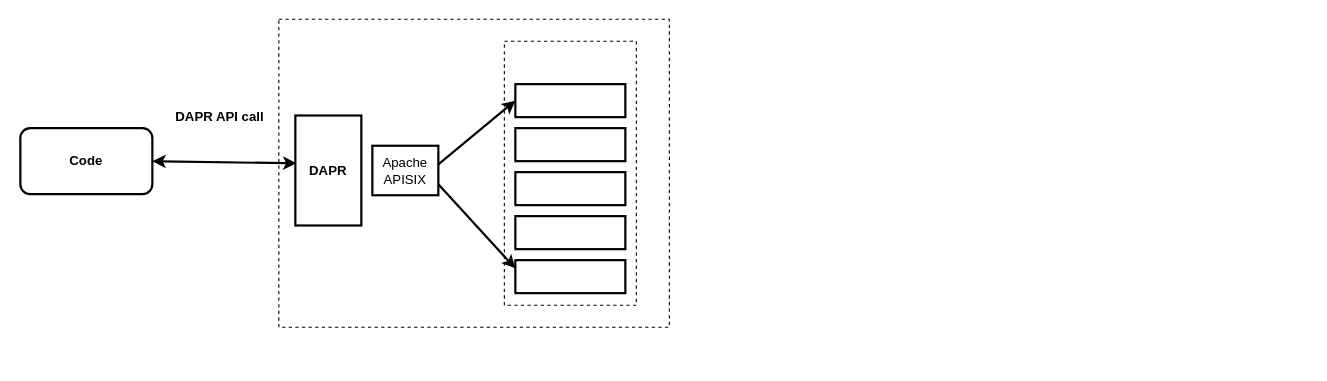
DeleLinus/Terraform-and-Kubesphere-DevOps keeps this draw.io diagram as Untitled Diagram.drawio. Above is the earlier version. Source tidied: cells renumbered, new cells numbered last; positions are measured from the earlier drawing's top-left corner, leaving out a move shared by most shapes. Both pictures are drawn from the tidied source at 110%, with x=0, y=0 at pixel (20, 19).
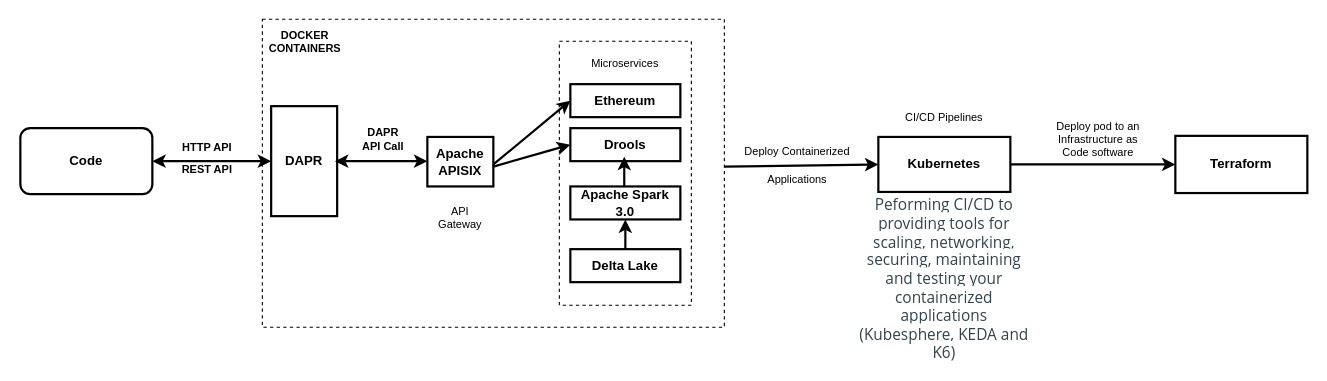
After the change.

Unchanged cells that the change refers to:
```xml
<mxCell id="3" value="&lt;b&gt;Code&lt;/b&gt;" style="rounded=1;whiteSpace=wrap;html=1;strokeWidth=2;" parent="1" vertex="1">
  <mxGeometry y="99" width="120" height="60" as="geometry" />
</mxCell>
```

Diff of the diagram source:
```diff
@@
     <mxCell id="2" style="rounded=0;whiteSpace=wrap;html=1;dashed=1;" parent="1" vertex="1">
-      <mxGeometry x="235" width="355" height="280" as="geometry" />
+      <mxGeometry x="220" width="420" height="280" as="geometry" />
     </mxCell>
@@
-    <mxCell id="4" style="endArrow=classic;startArrow=classic;html=1;strokeWidth=2;exitX=1;exitY=0.5;exitDx=0;exitDy=0;entryX=0.017;entryY=0.435;entryDx=0;entryDy=0;entryPerimeter=0;" parent="1" edge="1" source="3" target="15">
+    <mxCell id="4" style="endArrow=classic;startArrow=classic;html=1;strokeWidth=2;exitX=1;exitY=0.5;exitDx=0;exitDy=0;entryX=0;entryY=0.5;entryDx=0;entryDy=0;" parent="1" edge="1" source="3" target="15">
       <mxGeometry relative="1" as="geometry" />
     </mxCell>
-    <mxCell id="5" value="&lt;b&gt;DAPR API call&lt;/b&gt;" style="text;html=1;align=center;verticalAlign=middle;" parent="1" vertex="1">
-      <mxGeometry x="131" y="79" width="100" height="20" as="geometry" />
-    </mxCell>
-    <mxCell id="6" value="Apache APISIX" style="rounded=0;whiteSpace=wrap;html=1;strokeWidth=2;" parent="1" vertex="1">
-      <mxGeometry x="320" y="115" width="60" height="45" as="geometry" />
+    <mxCell id="6" value="&lt;b&gt;Apache APISIX&lt;/b&gt;" style="rounded=0;whiteSpace=wrap;html=1;strokeWidth=2;" parent="1" vertex="1">
+      <mxGeometry x="370" y="107" width="60" height="45" as="geometry" />
     </mxCell>
     <mxCell id="7" style="rounded=0;whiteSpace=wrap;html=1;dashed=1;" parent="1" vertex="1">
-      <mxGeometry x="440" y="20" width="120" height="240" as="geometry" />
+      <mxGeometry x="490" y="20" width="120" height="240" as="geometry" />
     </mxCell>
-    <mxCell id="8" style="rounded=0;whiteSpace=wrap;html=1;strokeWidth=2;" parent="1" vertex="1">
-      <mxGeometry x="450" y="59" width="100" height="30" as="geometry" />
+    <mxCell id="8" value="&lt;b&gt;Ethereum&lt;/b&gt;" style="rounded=0;whiteSpace=wrap;html=1;strokeWidth=2;" parent="1" vertex="1">
+      <mxGeometry x="500" y="59" width="100" height="30" as="geometry" />
     </mxCell>
+    <mxCell id="13" style="endArrow=classic;html=1;entryX=0;entryY=0.5;entryDx=0;entryDy=0;strokeWidth=2;" parent="1" edge="1" target="8">
+      <mxGeometry relative="1" as="geometry">
+        <mxPoint x="430" y="132" as="sourcePoint" />
+      </mxGeometry>
+    </mxCell>
+    <mxCell id="14" style="endArrow=classic;html=1;strokeWidth=2;entryX=0;entryY=0.5;entryDx=0;entryDy=0;" parent="1" edge="1" target="9">
+      <mxGeometry relative="1" as="geometry">
+        <mxPoint x="430" y="134" as="sourcePoint" />
+      </mxGeometry>
+    </mxCell>
+    <mxCell id="15" value="&lt;b&gt;DAPR&lt;/b&gt;" style="rounded=0;whiteSpace=wrap;html=1;strokeWidth=2;" parent="1" vertex="1">
+      <mxGeometry x="228" y="79" width="60" height="100" as="geometry" />
+    </mxCell>
+    <mxCell id="16" style="endArrow=classic;startArrow=classic;html=1;strokeWidth=2;entryX=0.84;entryY=1.25;entryDx=0;entryDy=0;entryPerimeter=0;" parent="1" edge="1">
+      <mxGeometry relative="1" as="geometry">
+        <mxPoint x="286" y="129" as="sourcePoint" />
+        <mxPoint x="370" y="129" as="targetPoint" />
+      </mxGeometry>
+    </mxCell>
+    <mxCell id="17" value="DAPR API Call" style="text;html=1;strokeColor=none;fillColor=none;align=center;verticalAlign=middle;whiteSpace=wrap;rounded=0;dashed=1;fontSize=10;fontStyle=1;" parent="1" vertex="1">
+      <mxGeometry x="310" y="99" width="40" height="20" as="geometry" />
+    </mxCell>
+    <mxCell id="18" value="&lt;b&gt;HTTP API&lt;/b&gt;" style="text;html=1;strokeColor=none;fillColor=none;align=center;verticalAlign=middle;whiteSpace=wrap;rounded=0;dashed=1;fontSize=10;" parent="1" vertex="1">
+      <mxGeometry x="130" y="106" width="80" height="20" as="geometry" />
+    </mxCell>
+    <mxCell id="19" value="&lt;b&gt;REST API&lt;/b&gt;" style="text;html=1;strokeColor=none;fillColor=none;align=center;verticalAlign=middle;whiteSpace=wrap;rounded=0;dashed=1;fontSize=10;" parent="1" vertex="1">
+      <mxGeometry x="130" y="126" width="80" height="20" as="geometry" />
+    </mxCell>
+    <mxCell id="20" value="DOCKER CONTAINERS" style="text;html=1;strokeColor=none;fillColor=none;align=center;verticalAlign=middle;whiteSpace=wrap;rounded=0;dashed=1;fontSize=10;fontStyle=1;" parent="1" vertex="1">
+      <mxGeometry x="228" y="10" width="62" height="20" as="geometry" />
+    </mxCell>
+    <mxCell id="21" value="Microservices" style="text;html=1;strokeColor=none;fillColor=none;align=center;verticalAlign=middle;whiteSpace=wrap;rounded=0;dashed=1;fontSize=10;" parent="1" vertex="1">
+      <mxGeometry x="500" y="30" width="100" height="20" as="geometry" />
+    </mxCell>
+    <mxCell id="22" style="endArrow=classic;html=1;strokeWidth=2;fontSize=10;entryX=0;entryY=0.5;entryDx=0;entryDy=0;" parent="1" edge="1" target="24">
+      <mxGeometry relative="1" as="geometry">
+        <mxPoint x="640" y="134" as="sourcePoint" />
+      </mxGeometry>
+    </mxCell>
+    <mxCell id="23" style="edgeStyle=orthogonalEdgeStyle;rounded=0;jettySize=auto;html=1;strokeWidth=2;fontSize=10;" parent="1" edge="1" source="24" target="29">
+      <mxGeometry relative="1" as="geometry" />
+    </mxCell>
+    <mxCell id="24" value="&lt;font style=&quot;font-size: 12px&quot;&gt;&lt;b&gt;Kubernetes&lt;/b&gt;&lt;/font&gt;" style="rounded=0;whiteSpace=wrap;html=1;strokeWidth=2;fontSize=10;" parent="1" vertex="1">
+      <mxGeometry x="780" y="107" width="120" height="50" as="geometry" />
+    </mxCell>
+    <mxCell id="25" value="API Gateway" style="text;html=1;strokeColor=none;fillColor=none;align=center;verticalAlign=middle;whiteSpace=wrap;rounded=0;dashed=1;fontSize=10;" parent="1" vertex="1">
+      <mxGeometry x="380" y="170" width="40" height="20" as="geometry" />
+    </mxCell>
+    <mxCell id="26" value="Deploy Containerized" style="text;html=1;align=center;verticalAlign=middle;fontSize=10;" parent="1" vertex="1">
+      <mxGeometry x="651" y="110" width="110" height="20" as="geometry" />
+    </mxCell>
+    <mxCell id="27" value="&lt;span style=&quot;color: rgb(51 , 68 , 77) ; font-family: &amp;#34;open sans&amp;#34; , sans-serif ; font-size: 14px ; background-color: rgb(255 , 255 , 255)&quot;&gt;Peforming CI/CD to providing tools for scaling, networking, securing, maintaining and testing your containerized applications (Kubesphere, KEDA and K6)&lt;/span&gt;" style="text;html=1;strokeColor=none;fillColor=none;align=center;verticalAlign=middle;whiteSpace=wrap;rounded=0;dashed=1;fontSize=10;" parent="1" vertex="1">
+      <mxGeometry x="755" y="190" width="170" height="91" as="geometry" />
+    </mxCell>
+    <mxCell id="28" value="Applications" style="text;html=1;align=center;verticalAlign=middle;fontSize=10;" parent="1" vertex="1">
+      <mxGeometry x="671" y="135" width="70" height="20" as="geometry" />
+    </mxCell>
+    <mxCell id="29" value="&lt;b&gt;&lt;font style=&quot;font-size: 12px&quot;&gt;Terraform&lt;/font&gt;&lt;/b&gt;" style="whiteSpace=wrap;html=1;rounded=0;fontSize=10;strokeWidth=2;" parent="1" vertex="1">
+      <mxGeometry x="1050" y="106" width="120" height="52" as="geometry" />
+    </mxCell>
+    <mxCell id="30" value="CI/CD Pipelines" style="text;html=1;strokeColor=none;fillColor=none;align=center;verticalAlign=middle;whiteSpace=wrap;rounded=0;fontSize=10;" parent="1" vertex="1">
+      <mxGeometry x="800" y="79" width="80" height="20" as="geometry" />
+    </mxCell>
+    <mxCell id="31" style="group;" parent="1" vertex="1">
+      <mxGeometry x="500" y="99" width="100" height="140" as="geometry" />
+    </mxCell>
-    <mxCell id="9" style="rounded=0;whiteSpace=wrap;html=1;strokeWidth=2;" parent="1" vertex="1">
-      <mxGeometry x="450" y="99" width="100" height="30" as="geometry" />
+    <mxCell id="9" value="&lt;b&gt;Drools&lt;/b&gt;" style="rounded=0;whiteSpace=wrap;html=1;strokeWidth=2;" parent="31" vertex="1">
+      <mxGeometry width="100" height="30" as="geometry" />
     </mxCell>
-    <mxCell id="10" style="rounded=0;whiteSpace=wrap;html=1;strokeWidth=2;" parent="1" vertex="1">
-      <mxGeometry x="450" y="139" width="100" height="30" as="geometry" />
+    <mxCell id="10" value="&lt;b&gt;Apache Spark 3.0&lt;/b&gt;" style="rounded=0;whiteSpace=wrap;html=1;strokeWidth=2;" parent="31" vertex="1">
+      <mxGeometry y="53" width="100" height="30" as="geometry" />
     </mxCell>
-    <mxCell id="11" style="rounded=0;whiteSpace=wrap;html=1;strokeWidth=2;" parent="1" vertex="1">
-      <mxGeometry x="450" y="179" width="100" height="30" as="geometry" />
+    <mxCell id="11" value="&lt;b&gt;Delta Lake&lt;/b&gt;" style="rounded=0;whiteSpace=wrap;html=1;strokeWidth=2;" parent="31" vertex="1">
+      <mxGeometry y="110" width="100" height="30" as="geometry" />
     </mxCell>
-    <mxCell id="12" style="rounded=0;whiteSpace=wrap;html=1;strokeWidth=2;" parent="1" vertex="1">
-      <mxGeometry x="450" y="219" width="100" height="30" as="geometry" />
-    </mxCell>
-    <mxCell id="13" style="endArrow=classic;html=1;entryX=0;entryY=0.5;entryDx=0;entryDy=0;strokeWidth=2;" parent="1" edge="1" target="8">
-      <mxGeometry relative="1" as="geometry">
-        <mxPoint x="380" y="132" as="sourcePoint" />
-      </mxGeometry>
-    </mxCell>
-    <mxCell id="14" style="endArrow=classic;html=1;strokeWidth=2;entryX=0;entryY=0.25;entryDx=0;entryDy=0;" parent="1" edge="1" target="12">
-      <mxGeometry relative="1" as="geometry">
-        <mxPoint x="380" y="150" as="sourcePoint" />
-      </mxGeometry>
-    </mxCell>
-    <mxCell id="15" value="&lt;b&gt;DAPR&lt;/b&gt;" style="rounded=0;whiteSpace=wrap;html=1;strokeWidth=2;" parent="1" vertex="1">
-      <mxGeometry x="250" y="87.5" width="60" height="100" as="geometry" />
-    </mxCell>
+    <mxCell id="32" style="endArrow=classic;html=1;strokeWidth=2;fontSize=10;exitX=0.5;exitY=0;exitDx=0;exitDy=0;entryX=0.5;entryY=1;entryDx=0;entryDy=0;" parent="31" edge="1">
+      <mxGeometry relative="1" as="geometry">
+        <mxPoint x="50" y="110" as="sourcePoint" />
+        <mxPoint x="50" y="83" as="targetPoint" />
+      </mxGeometry>
+    </mxCell>
+    <mxCell id="33" style="endArrow=classic;html=1;strokeWidth=2;fontSize=10;exitX=0.5;exitY=0;exitDx=0;exitDy=0;entryX=0.5;entryY=1;entryDx=0;entryDy=0;" parent="31" edge="1">
+      <mxGeometry relative="1" as="geometry">
+        <mxPoint x="49" y="53" as="sourcePoint" />
+        <mxPoint x="49" y="26" as="targetPoint" />
+      </mxGeometry>
+    </mxCell>
+    <mxCell id="34" value="Deploy pod to an Infrastructure as Code software" style="text;html=1;strokeColor=none;fillColor=none;align=center;verticalAlign=middle;whiteSpace=wrap;rounded=0;fontSize=10;" parent="1" vertex="1">
+      <mxGeometry x="940" y="99" width="80" height="20" as="geometry" />
+    </mxCell>
```
